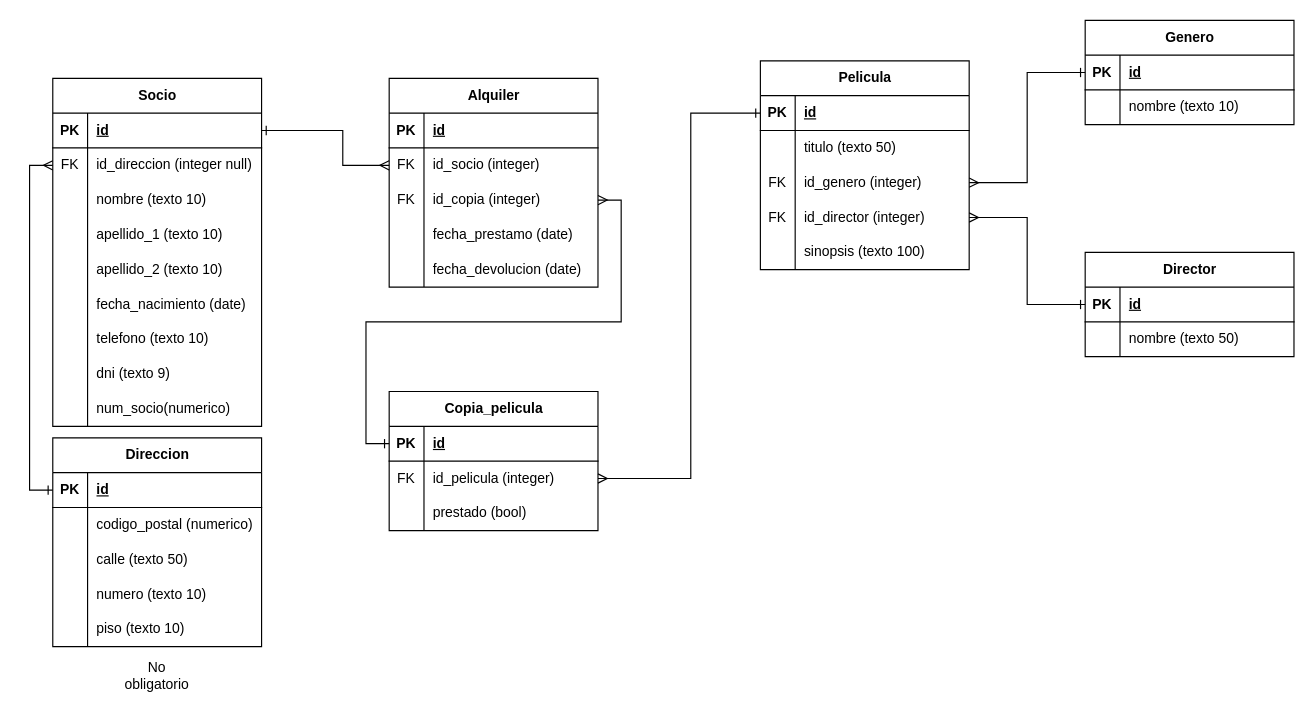
Above: practica.drawio in PaulaBCdev/practica_sql (draw.io), before the change. Source tidied: cells renumbered, new cells numbered last; positions are measured from the earlier drawing's top-left corner, leaving out a move shared by most shapes. Both pictures are drawn from the tidied source at 116%, with x=0, y=0 at pixel (29, 20).
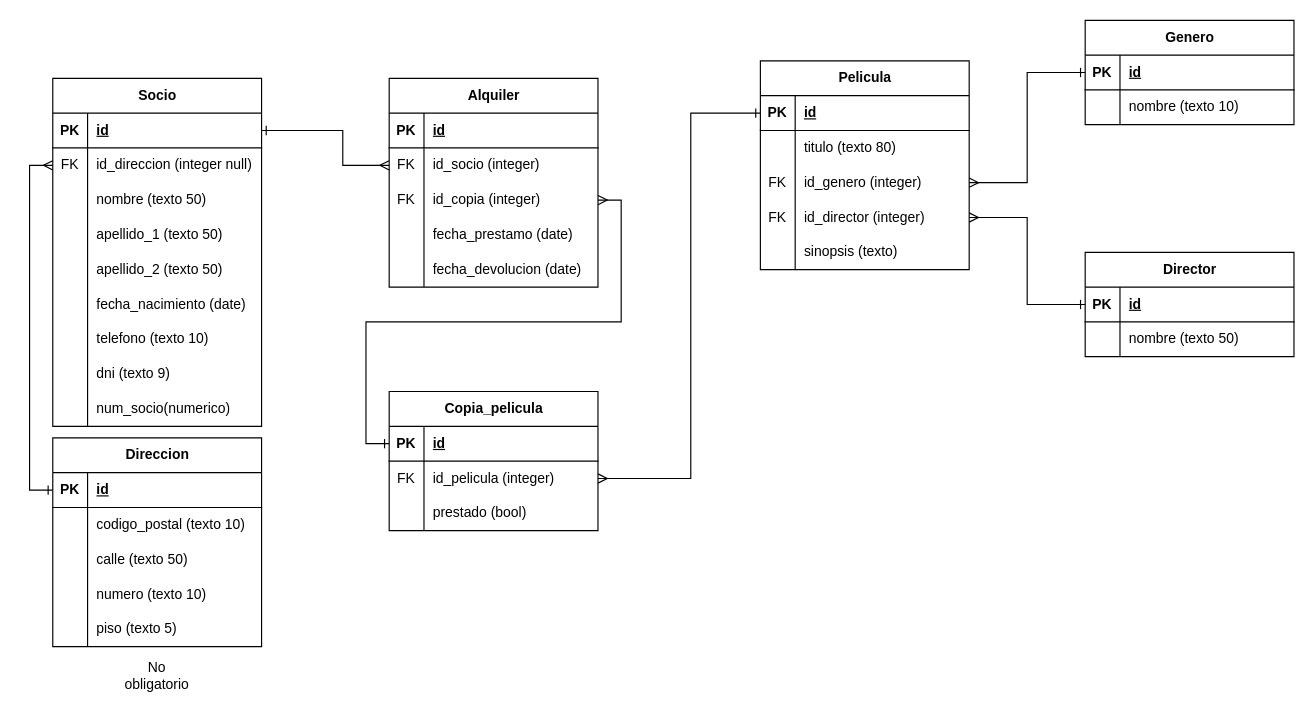
The same page after the edit.

Commit message (it also covers changes not shown here):
Creacion del README.md y ajuste del diagrama

Unchanged cells that the change refers to:
```xml
<mxCell id="9" style="shape=tableRow;horizontal=0;startSize=0;swimlaneHead=0;swimlaneBody=0;fillColor=none;top=0;left=0;right=0;bottom=0;" parent="2" vertex="1">
  <mxGeometry y="90" width="180" height="30" as="geometry" />
</mxCell>
<mxCell id="12" style="shape=tableRow;horizontal=0;startSize=0;swimlaneHead=0;swimlaneBody=0;fillColor=none;top=0;left=0;right=0;bottom=0;" parent="2" vertex="1">
  <mxGeometry y="120" width="180" height="30" as="geometry" />
</mxCell>
<mxCell id="15" style="shape=tableRow;horizontal=0;startSize=0;swimlaneHead=0;swimlaneBody=0;fillColor=none;top=0;left=0;right=0;bottom=0;" parent="2" vertex="1">
  <mxGeometry y="150" width="180" height="30" as="geometry" />
</mxCell>
<mxCell id="34" style="shape=tableRow;horizontal=0;startSize=0;swimlaneHead=0;swimlaneBody=0;fillColor=none;top=0;left=0;right=0;bottom=0;" parent="30" vertex="1">
  <mxGeometry y="60" width="180" height="30" as="geometry" />
</mxCell>
<mxCell id="43" style="shape=tableRow;horizontal=0;startSize=0;swimlaneHead=0;swimlaneBody=0;fillColor=none;top=0;left=0;right=0;bottom=0;" parent="30" vertex="1">
  <mxGeometry y="150" width="180" height="30" as="geometry" />
</mxCell>
<mxCell id="50" style="shape=tableRow;horizontal=0;startSize=0;swimlaneHead=0;swimlaneBody=0;fillColor=none;top=0;left=0;right=0;bottom=0;" parent="46" vertex="1">
  <mxGeometry y="60" width="180" height="30" as="geometry" />
</mxCell>
<mxCell id="59" style="shape=tableRow;horizontal=0;startSize=0;swimlaneHead=0;swimlaneBody=0;fillColor=none;top=0;left=0;right=0;bottom=0;" parent="46" vertex="1">
  <mxGeometry y="150" width="180" height="30" as="geometry" />
</mxCell>
```

Change to the diagram source:
```diff
@@
-    <mxCell id="11" value="nombre (texto 10)" style="shape=partialRectangle;fillColor=none;top=0;left=0;bottom=0;right=0;align=left;spacingLeft=6;overflow=hidden;whiteSpace=wrap;html=1;" parent="9" vertex="1">
+    <mxCell id="11" value="nombre (texto 50)" style="shape=partialRectangle;fillColor=none;top=0;left=0;bottom=0;right=0;align=left;spacingLeft=6;overflow=hidden;whiteSpace=wrap;html=1;" parent="9" vertex="1">
       <mxGeometry x="30" width="150" height="30" as="geometry" />
     </mxCell>
@@
-    <mxCell id="14" value="apellido_1 (texto 10)" style="shape=partialRectangle;fillColor=none;top=0;left=0;bottom=0;right=0;align=left;spacingLeft=6;overflow=hidden;whiteSpace=wrap;html=1;" parent="12" vertex="1">
+    <mxCell id="14" value="apellido_1 (texto 50)" style="shape=partialRectangle;fillColor=none;top=0;left=0;bottom=0;right=0;align=left;spacingLeft=6;overflow=hidden;whiteSpace=wrap;html=1;" parent="12" vertex="1">
       <mxGeometry x="30" width="150" height="30" as="geometry" />
     </mxCell>
@@
-    <mxCell id="17" value="apellido_2 (texto 10)" style="shape=partialRectangle;fillColor=none;top=0;left=0;bottom=0;right=0;align=left;spacingLeft=6;overflow=hidden;whiteSpace=wrap;html=1;" parent="15" vertex="1">
+    <mxCell id="17" value="apellido_2 (texto 50)" style="shape=partialRectangle;fillColor=none;top=0;left=0;bottom=0;right=0;align=left;spacingLeft=6;overflow=hidden;whiteSpace=wrap;html=1;" parent="15" vertex="1">
       <mxGeometry x="30" width="150" height="30" as="geometry" />
     </mxCell>
@@
-    <mxCell id="36" value="codigo_postal (numerico)" style="shape=partialRectangle;fillColor=none;top=0;left=0;bottom=0;right=0;align=left;spacingLeft=6;overflow=hidden;whiteSpace=wrap;html=1;" parent="34" vertex="1">
+    <mxCell id="36" value="codigo_postal (texto 10)" style="shape=partialRectangle;fillColor=none;top=0;left=0;bottom=0;right=0;align=left;spacingLeft=6;overflow=hidden;whiteSpace=wrap;html=1;" parent="34" vertex="1">
       <mxGeometry x="30" width="150" height="30" as="geometry" />
     </mxCell>
@@
-    <mxCell id="45" value="piso (texto 10)" style="shape=partialRectangle;fillColor=none;top=0;left=0;bottom=0;right=0;align=left;spacingLeft=6;overflow=hidden;whiteSpace=wrap;html=1;" parent="43" vertex="1">
+    <mxCell id="45" value="piso (texto 5)" style="shape=partialRectangle;fillColor=none;top=0;left=0;bottom=0;right=0;align=left;spacingLeft=6;overflow=hidden;whiteSpace=wrap;html=1;" parent="43" vertex="1">
       <mxGeometry x="30" width="150" height="30" as="geometry" />
     </mxCell>
@@
-    <mxCell id="52" value="titulo (texto 50)" style="shape=partialRectangle;fillColor=none;top=0;left=0;bottom=0;right=0;align=left;spacingLeft=6;overflow=hidden;whiteSpace=wrap;html=1;" parent="50" vertex="1">
+    <mxCell id="52" value="titulo (texto 80)" style="shape=partialRectangle;fillColor=none;top=0;left=0;bottom=0;right=0;align=left;spacingLeft=6;overflow=hidden;whiteSpace=wrap;html=1;" parent="50" vertex="1">
       <mxGeometry x="30" width="150" height="30" as="geometry" />
     </mxCell>
@@
-    <mxCell id="61" value="sinopsis (texto 100)" style="shape=partialRectangle;fillColor=none;top=0;left=0;bottom=0;right=0;align=left;spacingLeft=6;overflow=hidden;whiteSpace=wrap;html=1;" parent="59" vertex="1">
+    <mxCell id="61" value="sinopsis (texto)" style="shape=partialRectangle;fillColor=none;top=0;left=0;bottom=0;right=0;align=left;spacingLeft=6;overflow=hidden;whiteSpace=wrap;html=1;" parent="59" vertex="1">
       <mxGeometry x="30" width="150" height="30" as="geometry" />
     </mxCell>
```
